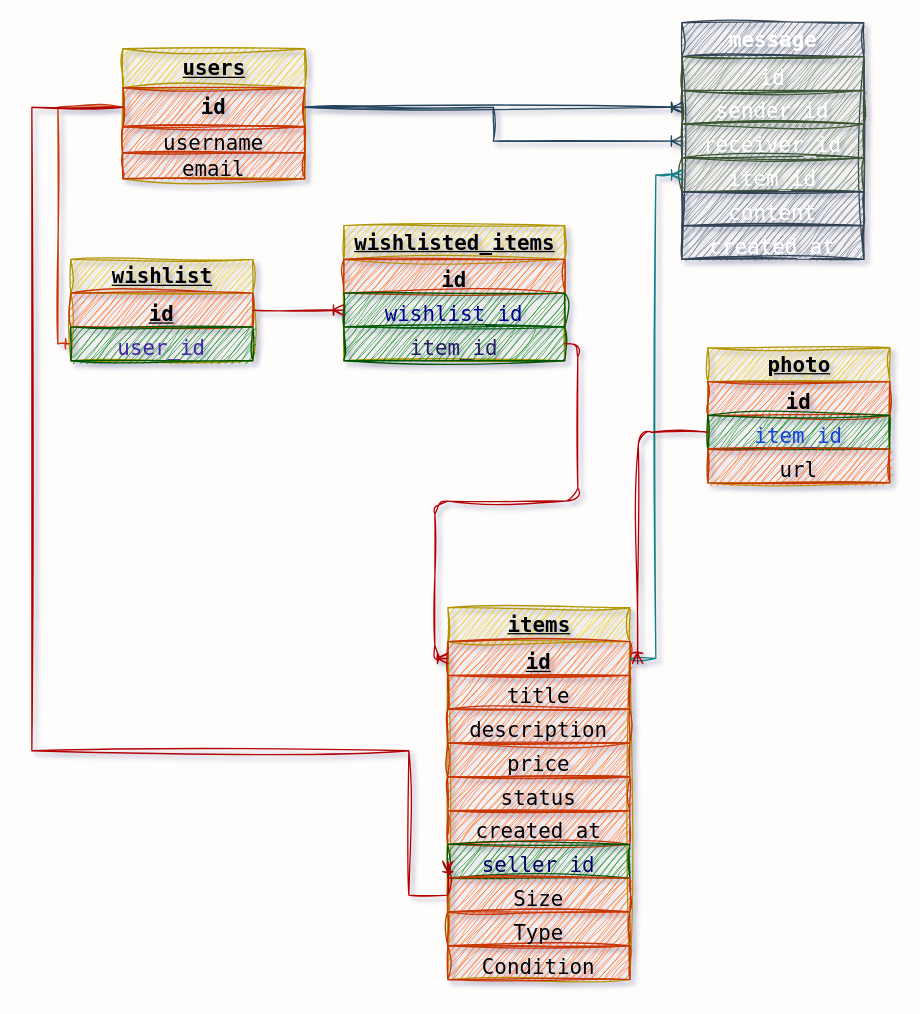
Above: db/ERD.drawio in mohaelmi/MidtermProject (draw.io), before the change. Source tidied: cells renumbered, new cells numbered last; positions are measured from the earlier drawing's top-left corner, leaving out a move shared by most shapes. Both pictures are drawn from the tidied source at 130%, with x=0, y=0 at pixel (31, 22).
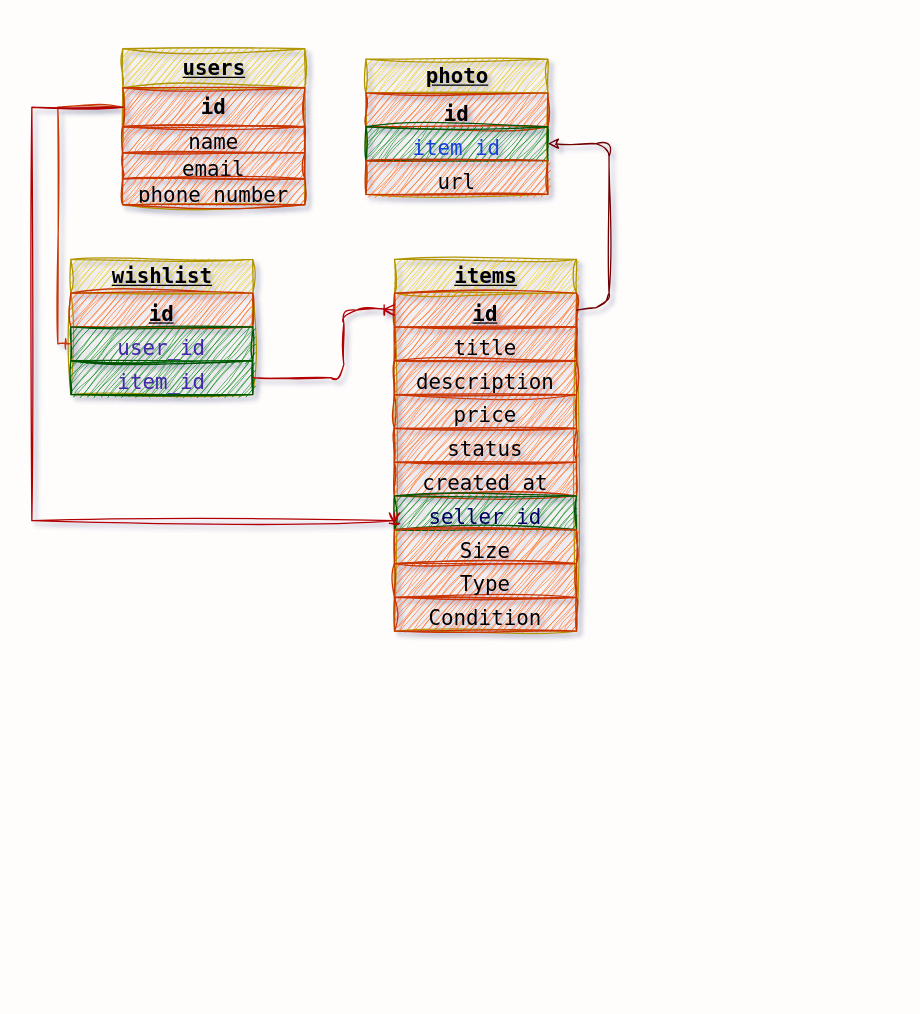
After the change.

Commit message (it also covers changes not shown here):
added phone numbers as well as fixing some queries.

The change refers to these unchanged cells:
```xml
<mxCell id="3" value="id" style="text;align=center;verticalAlign=middle;spacingLeft=4;spacingRight=4;overflow=hidden;points=[[0,0.5],[1,0.5]];portConstraint=eastwest;html=1;fontSize=16;hachureGap=4;fontFamily=Lucida Console;rounded=0;sketch=1;curveFitting=1;jiggle=2;fillColor=#fa6800;strokeColor=#C73500;fontStyle=1;labelBackgroundColor=none;horizontal=1;fontColor=#000000;" parent="2" vertex="1">
  <mxGeometry y="30" width="140" height="30" as="geometry" />
</mxCell>
<mxCell id="7" value="id" style="text;align=center;verticalAlign=top;spacingLeft=4;spacingRight=4;overflow=hidden;points=[[0,0.5],[1,0.5]];portConstraint=eastwest;html=1;hachureGap=4;fontFamily=Lucida Console;fontSize=16;rounded=0;sketch=1;curveFitting=1;jiggle=2;fillColor=#fa6800;strokeColor=#C73500;fontStyle=5;labelBackgroundColor=none;horizontal=1;fontColor=#000000;" parent="6" vertex="1">
  <mxGeometry y="26" width="140" height="26" as="geometry" />
</mxCell>
<mxCell id="13" value="seller_id&lt;br style=&quot;font-size: 16px;&quot;&gt;" style="text;strokeColor=#005700;fillColor=#008a00;align=center;verticalAlign=top;spacingLeft=4;spacingRight=4;overflow=hidden;points=[[0,0.5],[1,0.5]];portConstraint=eastwest;html=1;hachureGap=4;fontFamily=Lucida Console;fontSize=16;rounded=0;sketch=1;curveFitting=1;jiggle=2;fontStyle=0;labelBackgroundColor=none;horizontal=1;fontColor=#000066;" parent="6" vertex="1">
  <mxGeometry y="182" width="140" height="26" as="geometry" />
</mxCell>
<mxCell id="18" value="id" style="text;align=center;verticalAlign=top;spacingLeft=4;spacingRight=4;overflow=hidden;points=[[0,0.5],[1,0.5]];portConstraint=eastwest;html=1;hachureGap=4;fontFamily=Lucida Console;fontSize=16;rounded=0;sketch=1;curveFitting=1;jiggle=2;fillColor=#fa6800;strokeColor=#C73500;fontStyle=5;labelBackgroundColor=none;horizontal=1;fontColor=#000000;" parent="17" vertex="1">
  <mxGeometry y="26" width="140" height="26" as="geometry" />
</mxCell>
<mxCell id="34" value="item_id" style="text;align=center;verticalAlign=top;spacingLeft=4;spacingRight=4;overflow=hidden;points=[[0,0.5],[1,0.5]];portConstraint=eastwest;html=1;hachureGap=4;fontFamily=Lucida Console;fontSize=16;rounded=0;sketch=1;curveFitting=1;jiggle=2;fillColor=#008a00;strokeColor=#005700;fontStyle=0;labelBackgroundColor=none;horizontal=1;fontColor=#1840dc;" parent="32" vertex="1">
  <mxGeometry y="52" width="140" height="26" as="geometry" />
</mxCell>
```

Change to the diagram source:
```diff
@@
     <mxCell id="2" value="&lt;b&gt;users&lt;/b&gt;" style="swimlane;fontStyle=4;horizontal=1;startSize=30;html=1;hachureGap=4;fontFamily=Lucida Console;fontSize=16;rounded=0;sketch=1;curveFitting=1;jiggle=2;fillColor=#e3c800;fontColor=#000000;strokeColor=#B09500;labelBackgroundColor=none;align=center;" parent="1" vertex="1">
-      <mxGeometry x="70" y="20" width="140" height="100" as="geometry" />
+      <mxGeometry x="70" y="20" width="140" height="120" as="geometry" />
     </mxCell>
@@
-    <mxCell id="4" value="username" style="text;align=center;verticalAlign=middle;spacingLeft=4;spacingRight=4;overflow=hidden;html=1;fontSize=16;hachureGap=4;fontFamily=Lucida Console;rounded=0;sketch=1;curveFitting=1;jiggle=2;fillColor=#fa6800;fontColor=#000000;strokeColor=#C73500;fontStyle=0;labelBackgroundColor=none;horizontal=1;" parent="2" vertex="1">
+    <mxCell id="4" value="name" style="text;align=center;verticalAlign=middle;spacingLeft=4;spacingRight=4;overflow=hidden;html=1;fontSize=16;hachureGap=4;fontFamily=Lucida Console;rounded=0;sketch=1;curveFitting=1;jiggle=2;fillColor=#fa6800;fontColor=#000000;strokeColor=#C73500;fontStyle=0;labelBackgroundColor=none;horizontal=1;" parent="2" vertex="1">
       <mxGeometry y="60" width="140" height="20" as="geometry" />
     </mxCell>
@@
+    <mxCell id="44" value="phone number" style="text;align=center;verticalAlign=middle;spacingLeft=4;spacingRight=4;overflow=hidden;html=1;fontSize=16;hachureGap=4;fontFamily=Lucida Console;rounded=0;sketch=1;curveFitting=1;jiggle=2;fillColor=#fa6800;fontColor=#000000;strokeColor=#C73500;fontStyle=0;labelBackgroundColor=none;horizontal=1;" parent="2" vertex="1">
+      <mxGeometry y="100" width="140" height="20" as="geometry" />
+    </mxCell>
     <mxCell id="6" value="&lt;b&gt;items&lt;/b&gt;" style="swimlane;fontStyle=4;horizontal=1;startSize=26;fillColor=#e3c800;html=1;hachureGap=4;fontFamily=Lucida Console;fontSize=16;rounded=0;sketch=1;curveFitting=1;jiggle=2;strokeColor=#B09500;labelBackgroundColor=none;align=center;fontColor=#000000;" parent="1" vertex="1">
-      <mxGeometry x="320" y="450" width="140" height="286" as="geometry" />
+      <mxGeometry x="279" y="182" width="140" height="286" as="geometry" />
     </mxCell>
@@
     <mxCell id="17" value="&lt;b&gt;wishlist&lt;/b&gt;" style="swimlane;fontStyle=4;horizontal=1;startSize=26;html=1;hachureGap=4;fontFamily=Lucida Console;fontSize=16;rounded=0;sketch=1;curveFitting=1;jiggle=2;fillColor=#e3c800;strokeColor=#B09500;labelBackgroundColor=none;align=center;fontColor=#000000;" parent="1" vertex="1">
-      <mxGeometry x="30" y="182" width="140" height="78" as="geometry" />
+      <mxGeometry x="30" y="182" width="140" height="104" as="geometry" />
     </mxCell>
@@
-    <mxCell id="20" value="&lt;b&gt;message&lt;/b&gt;" style="swimlane;fontStyle=0;horizontal=1;startSize=26;fillColor=#647687;html=1;hachureGap=4;fontFamily=Lucida Console;fontSize=16;rounded=0;sketch=1;curveFitting=1;jiggle=2;fontColor=#ffffff;strokeColor=#314354;labelBackgroundColor=none;align=center;" parent="1" vertex="1">
-      <mxGeometry x="500" width="140" height="182" as="geometry" />
-    </mxCell>
-    <mxCell id="21" value="id" style="text;strokeColor=#3A5431;fillColor=#6d8764;align=center;verticalAlign=top;spacingLeft=4;spacingRight=4;overflow=hidden;html=1;hachureGap=4;fontFamily=Lucida Console;fontSize=16;rounded=0;sketch=1;curveFitting=1;jiggle=2;fontStyle=0;labelBackgroundColor=none;horizontal=1;fontColor=#ffffff;" parent="20" vertex="1">
-      <mxGeometry y="26" width="140" height="26" as="geometry" />
-    </mxCell>
-    <mxCell id="22" value="sender_id" style="text;strokeColor=#3A5431;fillColor=#6d8764;align=center;verticalAlign=top;spacingLeft=4;spacingRight=4;overflow=hidden;points=[[0,0.5],[1,0.5]];portConstraint=eastwest;html=1;hachureGap=4;fontFamily=Lucida Console;fontSize=16;rounded=0;sketch=1;curveFitting=1;jiggle=2;fontStyle=0;labelBackgroundColor=none;horizontal=1;fontColor=#ffffff;" parent="20" vertex="1">
-      <mxGeometry y="52" width="140" height="26" as="geometry" />
-    </mxCell>
-    <mxCell id="23" value="receiver_id" style="text;strokeColor=#3A5431;fillColor=#6d8764;align=center;verticalAlign=top;spacingLeft=4;spacingRight=4;overflow=hidden;points=[[0,0.5],[1,0.5]];portConstraint=eastwest;html=1;hachureGap=4;fontFamily=Lucida Console;fontSize=16;rounded=0;sketch=1;curveFitting=1;jiggle=2;fontStyle=0;labelBackgroundColor=none;horizontal=1;fontColor=#ffffff;" parent="20" vertex="1">
-      <mxGeometry y="78" width="140" height="26" as="geometry" />
-    </mxCell>
-    <mxCell id="24" value="item_id" style="text;strokeColor=#3A5431;fillColor=#6d8764;align=center;verticalAlign=top;spacingLeft=4;spacingRight=4;overflow=hidden;points=[[0,0.5],[1,0.5]];portConstraint=eastwest;html=1;hachureGap=4;fontFamily=Lucida Console;fontSize=16;rounded=0;sketch=1;curveFitting=1;jiggle=2;fontStyle=0;labelBackgroundColor=none;horizontal=1;fontColor=#ffffff;" parent="20" vertex="1">
-      <mxGeometry y="104" width="140" height="26" as="geometry" />
-    </mxCell>
-    <mxCell id="25" value="content" style="text;strokeColor=#314354;fillColor=#647687;align=center;verticalAlign=top;spacingLeft=4;spacingRight=4;overflow=hidden;html=1;hachureGap=4;fontFamily=Lucida Console;fontSize=16;rounded=0;sketch=1;curveFitting=1;jiggle=2;fontStyle=0;labelBackgroundColor=none;horizontal=1;fontColor=#ffffff;" parent="20" vertex="1">
-      <mxGeometry y="130" width="140" height="26" as="geometry" />
-    </mxCell>
-    <mxCell id="26" value="created_at" style="text;strokeColor=#314354;fillColor=#647687;align=center;verticalAlign=top;spacingLeft=4;spacingRight=4;overflow=hidden;html=1;hachureGap=4;fontFamily=Lucida Console;fontSize=16;rounded=0;sketch=1;curveFitting=1;jiggle=2;fontStyle=0;labelBackgroundColor=none;horizontal=1;fontColor=#ffffff;" parent="20" vertex="1">
-      <mxGeometry y="156" width="140" height="26" as="geometry" />
-    </mxCell>
-    <mxCell id="27" style="edgeStyle=none;hachureGap=4;html=1;entryX=0;entryY=0.5;entryDx=0;entryDy=0;fontFamily=Lucida Console;fontSize=16;sketch=1;curveFitting=1;jiggle=2;rounded=0;fillColor=#bac8d3;strokeColor=#23445d;fontStyle=0;labelBackgroundColor=none;align=center;horizontal=1;endArrow=ERoneToMany;endFill=0;" parent="1" edge="1" source="3" target="22">
-      <mxGeometry relative="1" as="geometry" />
-    </mxCell>
-    <mxCell id="28" style="edgeStyle=orthogonalEdgeStyle;hachureGap=4;html=1;entryX=0;entryY=0.5;entryDx=0;entryDy=0;fontFamily=Lucida Console;fontSize=16;sketch=1;curveFitting=1;jiggle=2;rounded=0;fillColor=#bac8d3;strokeColor=#23445d;fontStyle=0;labelBackgroundColor=none;align=center;horizontal=1;endArrow=ERoneToMany;endFill=0;" parent="1" edge="1" source="3" target="23">
-      <mxGeometry relative="1" as="geometry" />
-    </mxCell>
-    <mxCell id="29" style="edgeStyle=orthogonalEdgeStyle;hachureGap=4;html=1;exitX=1;exitY=0.5;exitDx=0;exitDy=0;entryX=0;entryY=0.5;entryDx=0;entryDy=0;fontFamily=Lucida Console;fontSize=16;sketch=1;curveFitting=1;jiggle=2;rounded=0;fillColor=#b0e3e6;strokeColor=#0e8088;fontStyle=0;labelBackgroundColor=none;align=center;horizontal=1;endArrow=ERoneToMany;endFill=0;" parent="1" edge="1" source="7" target="24">
-      <mxGeometry relative="1" as="geometry">
-        <Array as="points">
-          <mxPoint x="480" y="489" />
-          <mxPoint x="480" y="117" />
-        </Array>
-      </mxGeometry>
-    </mxCell>
+    <mxCell id="45" value="item_id" style="text;align=center;verticalAlign=top;spacingLeft=4;spacingRight=4;overflow=hidden;points=[[0,0.5],[1,0.5]];portConstraint=eastwest;html=1;hachureGap=4;fontFamily=Lucida Console;fontSize=16;rounded=0;sketch=1;curveFitting=1;jiggle=2;fillColor=#008a00;strokeColor=#005700;fontStyle=0;labelBackgroundColor=none;horizontal=1;fontColor=#4326ab;" parent="17" vertex="1">
+      <mxGeometry y="78" width="140" height="26" as="geometry" />
+    </mxCell>
@@
     <mxCell id="31" style="edgeStyle=orthogonalEdgeStyle;hachureGap=4;html=1;entryX=0;entryY=0.5;entryDx=0;entryDy=0;fontFamily=Architects Daughter;fontSize=16;sketch=1;curveFitting=1;jiggle=2;rounded=0;fillColor=#e51400;strokeColor=#B20000;endArrow=ERoneToMany;endFill=0;" parent="1" edge="1" source="3" target="13">
       <mxGeometry relative="1" as="geometry">
         <Array as="points">
           <mxPoint y="65" />
-          <mxPoint y="560" />
-          <mxPoint x="290" y="560" />
-          <mxPoint x="290" y="671" />
+          <mxPoint y="383" />
+          <mxPoint x="279" y="383" />
         </Array>
       </mxGeometry>
     </mxCell>
     <mxCell id="32" value="&lt;b&gt;photo&lt;/b&gt;" style="swimlane;fontStyle=4;horizontal=1;startSize=26;html=1;hachureGap=4;fontFamily=Lucida Console;fontSize=16;rounded=0;sketch=1;curveFitting=1;jiggle=2;fillColor=#e3c800;strokeColor=#B09500;labelBackgroundColor=none;align=center;fontColor=#000000;" parent="1" vertex="1">
-      <mxGeometry x="520" y="250" width="140" height="104" as="geometry" />
+      <mxGeometry x="257" y="28" width="140" height="104" as="geometry" />
     </mxCell>
@@
-    <mxCell id="36" value="&lt;b&gt;wishlisted_items&lt;/b&gt;" style="swimlane;fontStyle=4;horizontal=1;startSize=26;html=1;hachureGap=4;fontFamily=Lucida Console;fontSize=16;rounded=0;sketch=1;curveFitting=1;jiggle=2;fillColor=#e3c800;strokeColor=#B09500;labelBackgroundColor=none;align=center;fontColor=#000000;" parent="1" vertex="1">
-      <mxGeometry x="240" y="156" width="170" height="104" as="geometry" />
-    </mxCell>
-    <mxCell id="37" value="id" style="text;align=center;verticalAlign=top;spacingLeft=4;spacingRight=4;overflow=hidden;html=1;hachureGap=4;fontFamily=Lucida Console;fontSize=16;rounded=0;sketch=1;curveFitting=1;jiggle=2;fillColor=#fa6800;strokeColor=#C73500;fontStyle=1;labelBackgroundColor=none;horizontal=1;fontColor=#000000;" parent="36" vertex="1">
-      <mxGeometry y="26" width="170" height="26" as="geometry" />
-    </mxCell>
-    <mxCell id="38" value="wishlist_id" style="text;align=center;verticalAlign=top;spacingLeft=4;spacingRight=4;overflow=hidden;points=[[0,0.5],[1,0.5]];portConstraint=eastwest;html=1;hachureGap=4;fontFamily=Lucida Console;fontSize=16;rounded=0;sketch=1;curveFitting=1;jiggle=2;fillColor=#008a00;strokeColor=#005700;fontStyle=0;labelBackgroundColor=none;horizontal=1;fontColor=#000099;" parent="36" vertex="1">
-      <mxGeometry y="52" width="170" height="26" as="geometry" />
-    </mxCell>
-    <mxCell id="39" value="item_id" style="text;align=center;verticalAlign=top;spacingLeft=4;spacingRight=4;overflow=hidden;points=[[0,0.5],[1,0.5]];portConstraint=eastwest;html=1;hachureGap=4;fontFamily=Lucida Console;fontSize=16;rounded=0;sketch=1;curveFitting=1;jiggle=2;fillColor=#008a00;strokeColor=#005700;fontStyle=0;labelBackgroundColor=none;horizontal=1;fontColor=#211d63;" parent="36" vertex="1">
-      <mxGeometry y="78" width="170" height="26" as="geometry" />
-    </mxCell>
@@
-    <mxCell id="41" style="edgeStyle=orthogonalEdgeStyle;sketch=1;hachureGap=4;jiggle=2;curveFitting=1;html=1;exitX=1;exitY=0.5;exitDx=0;exitDy=0;entryX=0;entryY=0.5;entryDx=0;entryDy=0;labelBackgroundColor=none;fontFamily=Lucida Console;fontSize=16;endArrow=ERoneToMany;endFill=0;fillColor=#e51400;strokeColor=#B20000;" parent="1" edge="1" source="18" target="38">
-      <mxGeometry relative="1" as="geometry" />
+    <mxCell id="41" style="edgeStyle=orthogonalEdgeStyle;sketch=1;hachureGap=4;jiggle=2;curveFitting=1;html=1;exitX=1;exitY=0.5;exitDx=0;exitDy=0;entryX=0;entryY=0.5;entryDx=0;entryDy=0;labelBackgroundColor=none;fontFamily=Lucida Console;fontSize=16;endArrow=ERoneToMany;endFill=0;fillColor=#e51400;strokeColor=#B20000;" parent="1" edge="1" source="45" target="7">
+      <mxGeometry relative="1" as="geometry">
+        <Array as="points">
+          <mxPoint x="240" y="273" />
+          <mxPoint x="240" y="221" />
+        </Array>
+      </mxGeometry>
     </mxCell>
-    <mxCell id="42" style="edgeStyle=orthogonalEdgeStyle;sketch=1;hachureGap=4;jiggle=2;curveFitting=1;html=1;entryX=0;entryY=0.5;entryDx=0;entryDy=0;labelBackgroundColor=none;fontFamily=Lucida Console;fontSize=16;endArrow=ERoneToMany;endFill=0;fillColor=#e51400;strokeColor=#B20000;" parent="1" edge="1" source="39" target="7">
-      <mxGeometry relative="1" as="geometry" />
-    </mxCell>
-    <mxCell id="43" style="edgeStyle=orthogonalEdgeStyle;sketch=1;hachureGap=4;jiggle=2;curveFitting=1;html=1;exitX=0;exitY=0.5;exitDx=0;exitDy=0;labelBackgroundColor=none;fontFamily=Lucida Console;fontSize=16;endArrow=ERoneToMany;endFill=0;fillColor=#e51400;strokeColor=#B20000;" parent="1" edge="1" source="34">
-      <mxGeometry relative="1" as="geometry">
-        <mxPoint x="466" y="493" as="targetPoint" />
-      </mxGeometry>
-    </mxCell>
+    <mxCell id="46" style="edgeStyle=none;sketch=1;hachureGap=4;jiggle=2;curveFitting=1;html=1;exitX=1;exitY=0.5;exitDx=0;exitDy=0;entryX=1;entryY=0.5;entryDx=0;entryDy=0;fontFamily=Architects Daughter;fontSize=16;fillColor=#a20025;strokeColor=#6F0000;" parent="1" edge="1" source="7" target="34">
+      <mxGeometry relative="1" as="geometry">
+        <Array as="points">
+          <mxPoint x="444" y="218" />
+          <mxPoint x="444" y="93" />
+        </Array>
+      </mxGeometry>
+    </mxCell>
```
